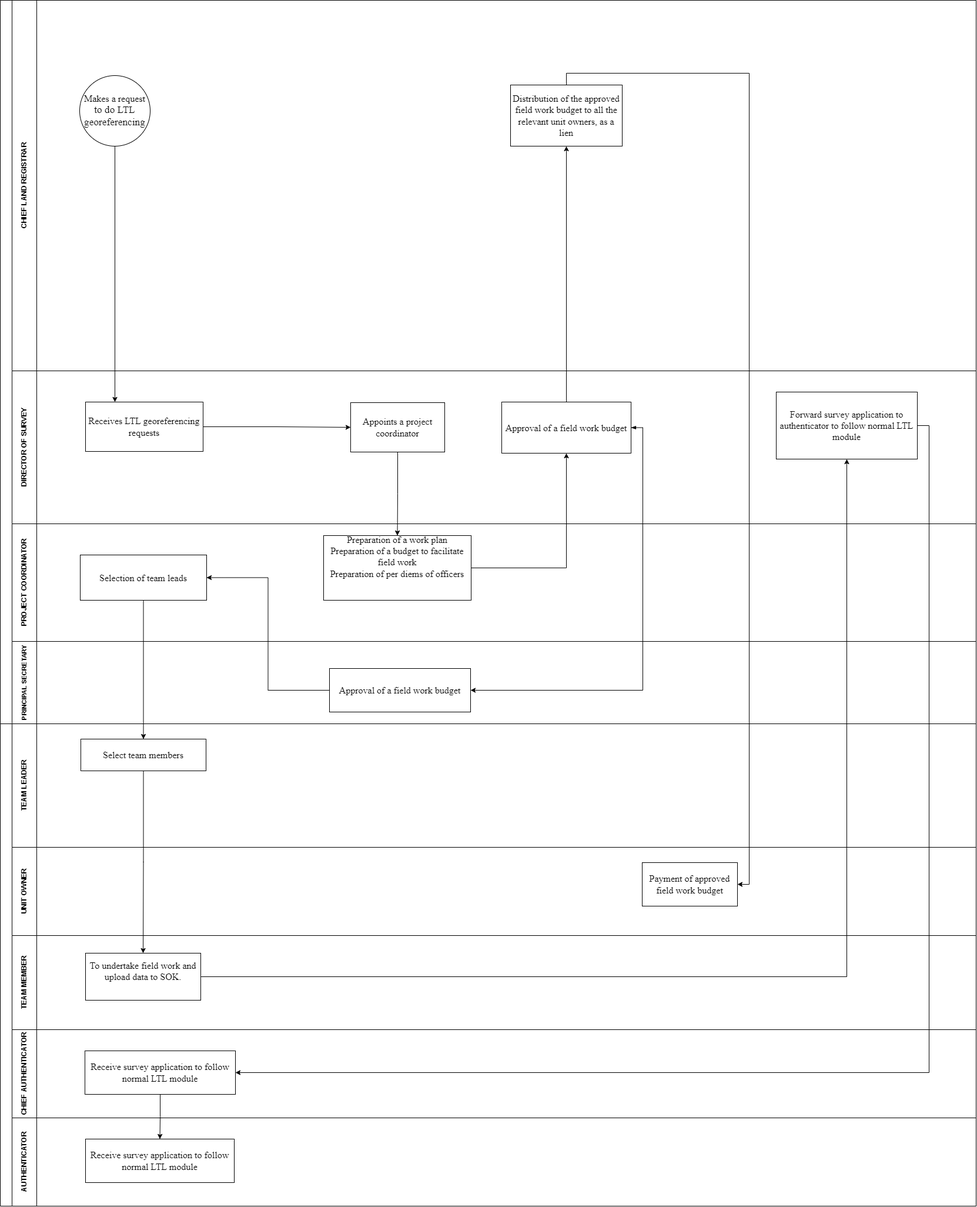
Earlier version of the draw.io export Long-Term Lease After Georeferencing.drawio.png (geoprojectke/BPMN). Source tidied: cells renumbered, new cells last; positions are measured from the earlier drawing's top-left corner, leaving out a move shared by most shapes.
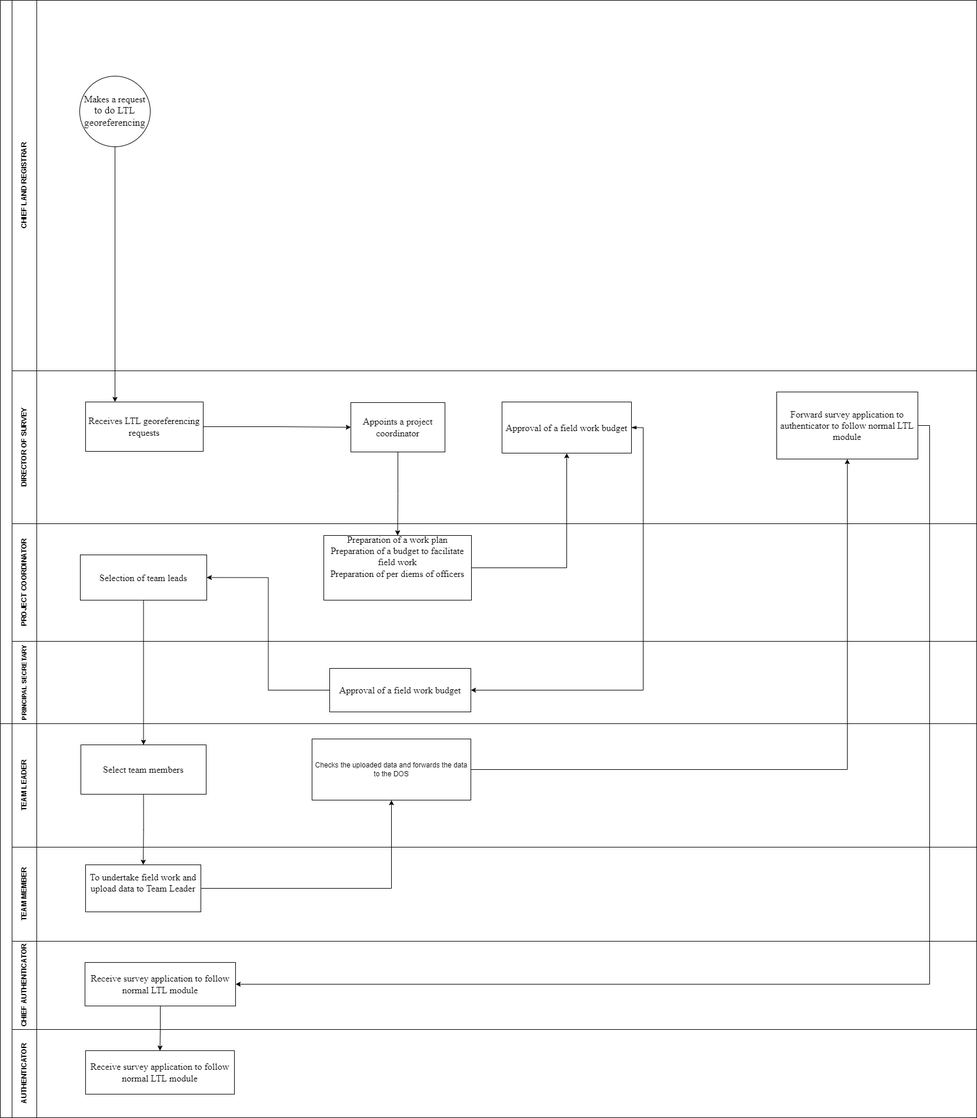
Above is the later version.

Change to the diagram source:
```diff
@@ -9,11 +9,8 @@
       <mxGeometry x="20" width="1640" height="630" as="geometry" />
     </mxCell>
     <mxCell id="4" value="&lt;span style=&quot;text-wrap: nowrap;&quot; id=&quot;docs-internal-guid-c5650da4-7fff-7545-295f-60807b473918&quot;&gt;&lt;span style=&quot;font-size: 12pt; font-family: Times, serif; background-color: transparent; font-variant-numeric: normal; font-variant-east-asian: normal; font-variant-alternates: normal; font-variant-position: normal; vertical-align: baseline; white-space: pre-wrap;&quot;&gt;Makes a request&lt;/span&gt;&lt;/span&gt;&lt;div style=&quot;text-wrap: nowrap;&quot;&gt;&lt;span style=&quot;font-size: 13pt; font-family: Times, serif; background-color: transparent; font-variant-numeric: normal; font-variant-east-asian: normal; font-variant-alternates: normal; font-variant-position: normal; vertical-align: baseline; white-space: pre-wrap;&quot;&gt;to do LTL georeferencing&lt;/span&gt;&lt;/div&gt;" style="ellipse;whiteSpace=wrap;html=1;" parent="3" vertex="1">
-      <mxGeometry x="115" y="128" width="120" height="120" as="geometry" />
+      <mxGeometry x="115" y="129" width="120" height="120" as="geometry" />
     </mxCell>
-    <mxCell id="5" value="&lt;span id=&quot;docs-internal-guid-ed532ca1-7fff-fc2a-a820-89121238ca8a&quot;&gt;&lt;span style=&quot;font-size: 12pt; font-family: Times, serif; background-color: transparent; font-variant-numeric: normal; font-variant-east-asian: normal; font-variant-alternates: normal; font-variant-position: normal; vertical-align: baseline; white-space-collapse: preserve;&quot;&gt;Distribution of the approved field work budget to all the relevant unit owners, as a lien&lt;/span&gt;&lt;/span&gt;" style="rounded=0;whiteSpace=wrap;html=1;" parent="3" vertex="1">
-      <mxGeometry x="848" y="144" width="190" height="104" as="geometry" />
-    </mxCell>
     <mxCell id="6" value="DIRECTOR OF SURVEY" style="swimlane;html=1;startSize=42;horizontal=0;" parent="2" vertex="1">
       <mxGeometry x="20" y="630" width="1640" height="260" as="geometry" />
     </mxCell>
@@ -62,11 +59,8 @@
     <mxCell id="21" style="edgeStyle=orthogonalEdgeStyle;rounded=0;jettySize=auto;html=1;exitX=0;exitY=0.5;exitDx=0;exitDy=0;entryX=1;entryY=0.5;entryDx=0;entryDy=0;" parent="2" edge="1" source="16" target="14">
       <mxGeometry relative="1" as="geometry" />
     </mxCell>
-    <mxCell id="22" style="edgeStyle=orthogonalEdgeStyle;rounded=0;jettySize=auto;html=1;exitX=0.5;exitY=0;exitDx=0;exitDy=0;entryX=0.5;entryY=1;entryDx=0;entryDy=0;" parent="2" edge="1" source="10" target="5">
-      <mxGeometry relative="1" as="geometry" />
-    </mxCell>
     <mxCell id="23" style="swimlane;html=1;horizontal=0;startSize=20;whiteSpace=wrap;" parent="1" vertex="1">
-      <mxGeometry y="1230" width="1660" height="820" as="geometry" />
+      <mxGeometry y="1230" width="1660" height="670" as="geometry" />
     </mxCell>
     <mxCell id="24" style="edgeStyle=orthogonalEdgeStyle;rounded=0;orthogonalLoop=1;jettySize=auto;html=1;" parent="23" edge="1">
       <mxGeometry relative="1" as="geometry">
@@ -113,16 +107,13 @@
       </mxGeometry>
     </mxCell>
     <mxCell id="34" value="&lt;span id=&quot;docs-internal-guid-e1f83803-7fff-b560-2dec-2679a8a2ab39&quot;&gt;&lt;span style=&quot;font-size: 12pt; font-family: Times, serif; background-color: transparent; font-variant-numeric: normal; font-variant-east-asian: normal; font-variant-alternates: normal; font-variant-position: normal; vertical-align: baseline; white-space-collapse: preserve;&quot;&gt;Select team members&lt;/span&gt;&lt;/span&gt;" style="rounded=0;whiteSpace=wrap;html=1;" parent="26" vertex="1">
-      <mxGeometry x="117" y="26" width="213" height="54" as="geometry" />
+      <mxGeometry x="117" y="36" width="213" height="84" as="geometry" />
     </mxCell>
-    <mxCell id="35" value="UNIT OWNER" style="swimlane;html=1;startSize=42;horizontal=0;" parent="23" vertex="1">
-      <mxGeometry x="20" y="210" width="1640" height="150" as="geometry" />
-    </mxCell>
-    <mxCell id="36" value="&lt;span id=&quot;docs-internal-guid-d727086e-7fff-12a8-06c8-bc4b5dc579df&quot;&gt;&lt;span style=&quot;font-size: 12pt; font-family: Times, serif; background-color: transparent; font-variant-numeric: normal; font-variant-east-asian: normal; font-variant-alternates: normal; font-variant-position: normal; vertical-align: baseline; white-space-collapse: preserve;&quot;&gt;Payment of approved field work budget&lt;/span&gt;&lt;/span&gt;" style="rounded=0;whiteSpace=wrap;html=1;" parent="35" vertex="1">
-      <mxGeometry x="1072" y="26" width="162" height="74" as="geometry" />
-    </mxCell>
+    <mxCell id="55" value="Checks the uploaded data and forwards the data to the DOS" style="rounded=0;whiteSpace=wrap;html=1;" parent="26" vertex="1">
+      <mxGeometry x="510" y="26" width="270" height="104" as="geometry" />
+    </mxCell>
     <mxCell id="37" value="TEAM MEMBER" style="swimlane;html=1;startSize=42;horizontal=0;" parent="23" vertex="1">
-      <mxGeometry x="20" y="360" width="1640" height="160" as="geometry" />
+      <mxGeometry x="20" y="210" width="1640" height="160" as="geometry" />
     </mxCell>
     <mxCell id="38" style="edgeStyle=orthogonalEdgeStyle;rounded=0;orthogonalLoop=1;jettySize=auto;html=1;" parent="37" edge="1">
       <mxGeometry relative="1" as="geometry">
@@ -132,11 +123,11 @@
     <mxCell id="39" value="True" style="edgeLabel;html=1;align=center;verticalAlign=middle;" parent="38" vertex="1">
       <mxGeometry x="-0.3" y="1" relative="1" as="geometry" />
     </mxCell>
-    <mxCell id="40" value="&lt;span id=&quot;docs-internal-guid-2abb556e-7fff-bc50-ab88-577a7225bfa8&quot;&gt;&lt;p style=&quot;line-height:1.2;margin-top:0pt;margin-bottom:0pt;&quot; dir=&quot;ltr&quot;&gt;&lt;span style=&quot;font-size: 12pt; font-family: Times, serif; background-color: transparent; font-variant-numeric: normal; font-variant-east-asian: normal; font-variant-alternates: normal; font-variant-position: normal; vertical-align: baseline; white-space-collapse: preserve;&quot;&gt;To undertake field work and upload &lt;/span&gt;&lt;span style=&quot;background-color: transparent; font-family: Times, serif; font-size: 12pt; white-space-collapse: preserve;&quot;&gt;data to SOK.&lt;/span&gt;&lt;/p&gt;&lt;div&gt;&lt;span style=&quot;font-size: 12pt; font-family: Times, serif; background-color: transparent; font-variant-numeric: normal; font-variant-east-asian: normal; font-variant-alternates: normal; font-variant-position: normal; vertical-align: baseline; white-space-collapse: preserve;&quot;&gt;&lt;br&gt;&lt;/span&gt;&lt;/div&gt;&lt;/span&gt;" style="rounded=0;whiteSpace=wrap;html=1;" parent="37" vertex="1">
+    <mxCell id="40" value="&lt;span id=&quot;docs-internal-guid-2abb556e-7fff-bc50-ab88-577a7225bfa8&quot;&gt;&lt;p style=&quot;line-height:1.2;margin-top:0pt;margin-bottom:0pt;&quot; dir=&quot;ltr&quot;&gt;&lt;span style=&quot;font-size: 12pt; font-family: Times, serif; background-color: transparent; font-variant-numeric: normal; font-variant-east-asian: normal; font-variant-alternates: normal; font-variant-position: normal; vertical-align: baseline; white-space-collapse: preserve;&quot;&gt;To undertake field work and upload &lt;/span&gt;&lt;span style=&quot;background-color: transparent; font-family: Times, serif; font-size: 12pt; white-space-collapse: preserve;&quot;&gt;data to Team Leader&lt;/span&gt;&lt;/p&gt;&lt;div&gt;&lt;span style=&quot;font-size: 12pt; font-family: Times, serif; background-color: transparent; font-variant-numeric: normal; font-variant-east-asian: normal; font-variant-alternates: normal; font-variant-position: normal; vertical-align: baseline; white-space-collapse: preserve;&quot;&gt;&lt;br&gt;&lt;/span&gt;&lt;/div&gt;&lt;/span&gt;" style="rounded=0;whiteSpace=wrap;html=1;" parent="37" vertex="1">
       <mxGeometry x="125" y="30" width="196" height="80" as="geometry" />
     </mxCell>
     <mxCell id="41" value="CHIEF AUTHENTICATOR" style="swimlane;html=1;startSize=42;horizontal=0;" parent="23" vertex="1">
-      <mxGeometry x="20" y="520" width="1640" height="150" as="geometry" />
+      <mxGeometry x="20" y="370" width="1640" height="150" as="geometry" />
     </mxCell>
     <mxCell id="42" value="&lt;span id=&quot;docs-internal-guid-7aeecbc0-7fff-b58e-d91a-48e182f290a5&quot;&gt;&lt;span style=&quot;font-size: 12pt; font-family: Times, serif; background-color: transparent; font-variant-numeric: normal; font-variant-east-asian: normal; font-variant-alternates: normal; font-variant-position: normal; vertical-align: baseline; white-space-collapse: preserve;&quot;&gt;Receive survey application to follow normal LTL module&lt;/span&gt;&lt;/span&gt;" style="rounded=0;whiteSpace=wrap;html=1;" parent="41" vertex="1">
       <mxGeometry x="124" y="36" width="256" height="74" as="geometry" />
@@ -158,7 +149,7 @@
       </mxGeometry>
     </mxCell>
     <mxCell id="47" value="AUTHENTICATOR" style="swimlane;html=1;startSize=42;horizontal=0;" parent="23" vertex="1">
-      <mxGeometry x="20" y="670" width="1640" height="150" as="geometry" />
+      <mxGeometry x="20" y="520" width="1640" height="150" as="geometry" />
     </mxCell>
     <mxCell id="48" value="&lt;span style=&quot;font-family: Times, serif; font-size: 16px; white-space-collapse: preserve;&quot;&gt;Receive survey application to follow normal LTL module&lt;/span&gt;" style="rounded=0;whiteSpace=wrap;html=1;" parent="47" vertex="1">
       <mxGeometry x="125" y="36" width="253" height="74" as="geometry" />
@@ -169,17 +160,17 @@
     <mxCell id="50" style="edgeStyle=orthogonalEdgeStyle;rounded=0;jettySize=auto;html=1;exitX=0.5;exitY=1;exitDx=0;exitDy=0;entryX=0.5;entryY=0;entryDx=0;entryDy=0;" parent="23" edge="1" source="42" target="48">
       <mxGeometry relative="1" as="geometry" />
     </mxCell>
-    <mxCell id="51" style="edgeStyle=orthogonalEdgeStyle;rounded=0;jettySize=auto;html=1;exitX=0.5;exitY=0;exitDx=0;exitDy=0;entryX=1;entryY=0.5;entryDx=0;entryDy=0;" parent="1" edge="1" source="5" target="36">
-      <mxGeometry relative="1" as="geometry" />
-    </mxCell>
-    <mxCell id="52" style="edgeStyle=orthogonalEdgeStyle;rounded=0;jettySize=auto;html=1;exitX=1;exitY=0.5;exitDx=0;exitDy=0;" parent="1" edge="1" source="40" target="11">
-      <mxGeometry relative="1" as="geometry" />
-    </mxCell>
+    <mxCell id="56" style="edgeStyle=orthogonalEdgeStyle;rounded=0;jettySize=auto;html=1;exitX=1;exitY=0.5;exitDx=0;exitDy=0;" parent="23" edge="1" source="40" target="55">
+      <mxGeometry relative="1" as="geometry" />
+    </mxCell>
     <mxCell id="53" style="edgeStyle=orthogonalEdgeStyle;rounded=0;jettySize=auto;html=1;exitX=1;exitY=0.5;exitDx=0;exitDy=0;entryX=1;entryY=0.5;entryDx=0;entryDy=0;" parent="1" edge="1" source="11" target="42">
       <mxGeometry relative="1" as="geometry" />
     </mxCell>
     <mxCell id="54" style="edgeStyle=orthogonalEdgeStyle;rounded=0;jettySize=auto;html=1;exitX=0.5;exitY=1;exitDx=0;exitDy=0;entryX=0.5;entryY=0;entryDx=0;entryDy=0;" parent="1" edge="1" source="14" target="34">
       <mxGeometry relative="1" as="geometry" />
     </mxCell>
+    <mxCell id="57" style="edgeStyle=orthogonalEdgeStyle;rounded=0;jettySize=auto;html=1;exitX=1;exitY=0.5;exitDx=0;exitDy=0;entryX=0.5;entryY=1;entryDx=0;entryDy=0;" parent="1" edge="1" source="55" target="11">
+      <mxGeometry relative="1" as="geometry" />
+    </mxCell>
   </root>
 </mxGraphModel>
```
